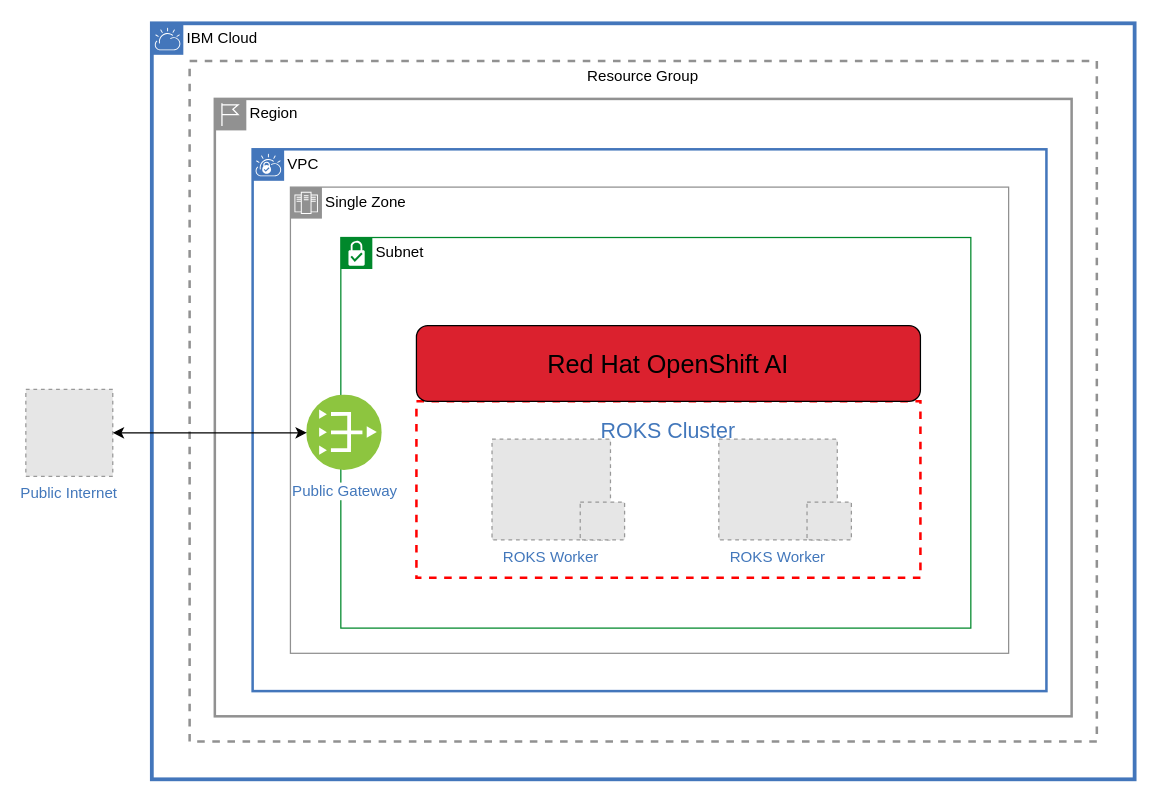
Above: docs/RHOAI.drawio in IBM/roks-openshift-ai-da (draw.io), before the change. Source tidied: cells renumbered, new cells numbered last; positions are measured from the earlier drawing's top-left corner, leaving out a move shared by most shapes. Both pictures are drawn from the tidied source at 126%, with x=0, y=0 at pixel (25, 23). Pictures stored in the file or linked from it are replaced by grey dashed boxes.
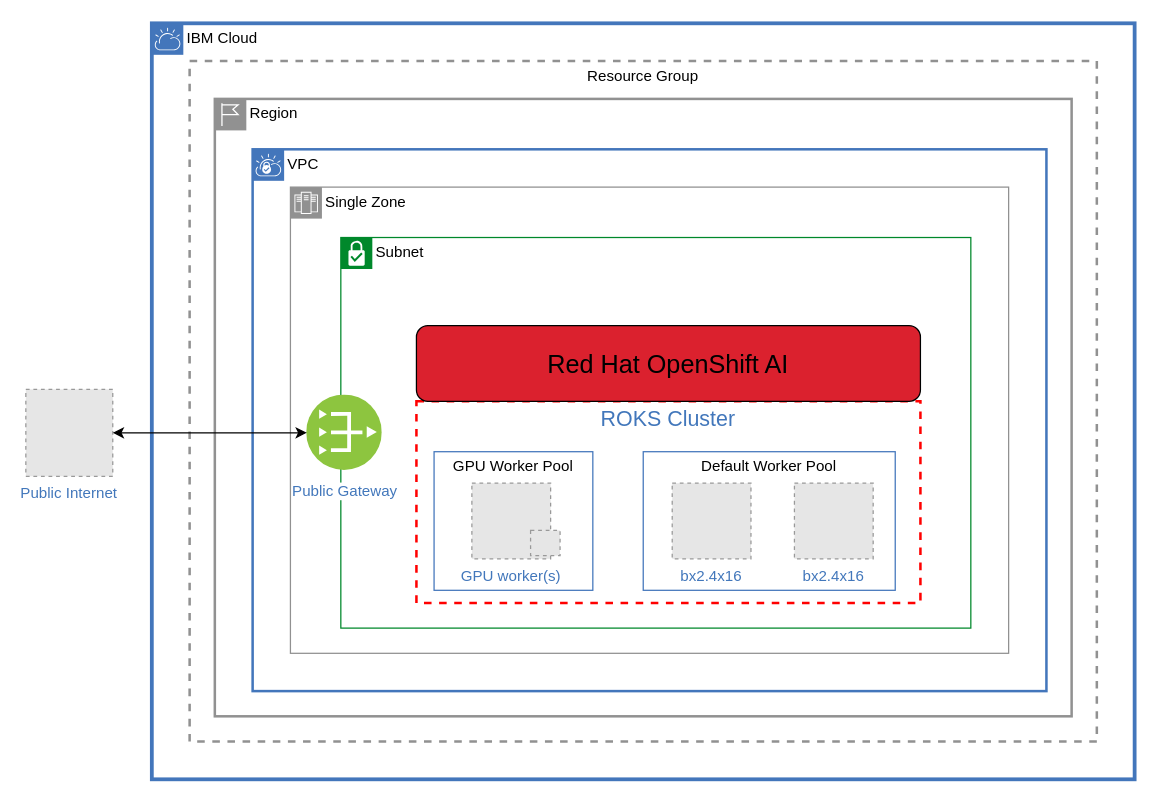
Above is the later version.

Commit message (it also covers changes not shown here):
add second worker pool

Unchanged cells that the change refers to:
```xml
<mxCell id="7" value="Subnet" style="shape=mxgraph.ibm.box;prType=subnet;fontStyle=0;verticalAlign=top;align=left;spacingLeft=32;spacingTop=4;fillColor=none;rounded=0;whiteSpace=wrap;html=1;strokeColor=#00882B;strokeWidth=1;dashed=0;spacing=-4;" parent="6" vertex="1">
  <mxGeometry x="40" y="40" width="500" height="310" as="geometry" />
</mxCell>
```

Diff of the diagram source:
```diff
@@
     <mxCell id="8" style="fontStyle=0;verticalAlign=top;align=center;spacingTop=-2;fillColor=none;rounded=0;whiteSpace=wrap;html=1;strokeColor=#FF0000;strokeWidth=2;dashed=1;" parent="7" vertex="1">
-      <mxGeometry x="60" y="130" width="400" height="140" as="geometry" />
+      <mxGeometry x="60" y="130" width="400" height="160" as="geometry" />
     </mxCell>
+    <mxCell id="16" value="&lt;font style=&quot;font-size: 17px;&quot; color=&quot;#4277bb&quot;&gt;ROKS Cluster&lt;/font&gt;" style="text;html=1;align=center;verticalAlign=middle;whiteSpace=wrap;rounded=0;fontColor=#1c3392;" parent="8" vertex="1">
+      <mxGeometry x="120" width="160" height="30" as="geometry" />
+    </mxCell>
+    <mxCell id="21" value="GPU Worker Pool" style="fontStyle=0;verticalAlign=top;align=center;spacingTop=-2;fillColor=none;rounded=0;whiteSpace=wrap;html=1;strokeColor=#4376BB;strokeWidth=1;dashed=0;" parent="8" vertex="1">
+      <mxGeometry x="14" y="40" width="126" height="110" as="geometry" />
+    </mxCell>
-    <mxCell id="9" style="group;" parent="8" vertex="1">
-      <mxGeometry x="60" y="30" width="105.2" height="80" as="geometry" />
+    <mxCell id="9" style="group;" parent="21" vertex="1">
+      <mxGeometry x="30" y="25" width="70" height="60" as="geometry" />
     </mxCell>
-    <mxCell id="10" value="ROKS Worker" style="fillColor=#E6E6E6;strokeColor=#999999;dashed=1;verticalLabelPosition=bottom;verticalAlign=top;fontColor=#4277bb;" parent="9" vertex="1">
-      <mxGeometry width="94" height="80" as="geometry" />
+    <mxCell id="10" value="GPU worker(s)" style="fillColor=#E6E6E6;strokeColor=#999999;dashed=1;verticalLabelPosition=bottom;verticalAlign=top;fontColor=#4277bb;" parent="9" vertex="1">
+      <mxGeometry width="62.5" height="60" as="geometry" />
     </mxCell>
     <mxCell id="11" style="fillColor=#E6E6E6;strokeColor=#999999;dashed=1;verticalLabelPosition=bottom;verticalAlign=top;" parent="9" vertex="1">
-      <mxGeometry x="70" y="50" width="35.2" height="30" as="geometry" />
+      <mxGeometry x="46.6" y="37.5" width="23.4" height="20" as="geometry" />
     </mxCell>
-    <mxCell id="12" style="group;" parent="8" vertex="1">
-      <mxGeometry x="240" y="30" width="105.2" height="80" as="geometry" />
-    </mxCell>
-    <mxCell id="13" value="ROKS Worker" style="fillColor=#E6E6E6;strokeColor=#999999;dashed=1;verticalLabelPosition=bottom;verticalAlign=top;fontColor=#4277bb;" parent="12" vertex="1">
-      <mxGeometry width="94" height="80" as="geometry" />
-    </mxCell>
-    <mxCell id="14" style="fillColor=#E6E6E6;strokeColor=#999999;dashed=1;verticalLabelPosition=bottom;verticalAlign=top;" parent="12" vertex="1">
-      <mxGeometry x="70" y="50" width="35.2" height="30" as="geometry" />
-    </mxCell>
-    <mxCell id="15" style="edgeStyle=orthogonalEdgeStyle;rounded=0;orthogonalLoop=1;jettySize=auto;html=1;exitX=0.5;exitY=1;exitDx=0;exitDy=0;" parent="12" edge="1" source="14" target="14">
-      <mxGeometry relative="1" as="geometry" />
-    </mxCell>
-    <mxCell id="16" value="&lt;font style=&quot;font-size: 17px;&quot; color=&quot;#4277bb&quot;&gt;ROKS Cluster&lt;/font&gt;" style="text;html=1;align=center;verticalAlign=middle;whiteSpace=wrap;rounded=0;fontColor=#1c3392;" parent="8" vertex="1">
-      <mxGeometry x="120" y="10" width="160" height="30" as="geometry" />
-    </mxCell>
+    <mxCell id="22" value="Default Worker Pool" style="fontStyle=0;verticalAlign=top;align=center;spacingTop=-2;fillColor=none;rounded=0;whiteSpace=wrap;html=1;strokeColor=#4376BB;strokeWidth=1;dashed=0;" parent="8" vertex="1">
+      <mxGeometry x="180" y="40" width="200" height="110" as="geometry" />
+    </mxCell>
+    <mxCell id="23" value="bx2.4x16" style="fillColor=#E6E6E6;strokeColor=#999999;dashed=1;verticalLabelPosition=bottom;verticalAlign=top;fontColor=#4277bb;" parent="22" vertex="1">
+      <mxGeometry x="23" y="25" width="62.5" height="60" as="geometry" />
+    </mxCell>
+    <mxCell id="24" value="bx2.4x16&#10;" style="fillColor=#E6E6E6;strokeColor=#999999;dashed=1;verticalLabelPosition=bottom;verticalAlign=top;fontColor=#4277bb;" parent="22" vertex="1">
+      <mxGeometry x="120" y="25" width="62.5" height="60" as="geometry" />
+    </mxCell>
```
